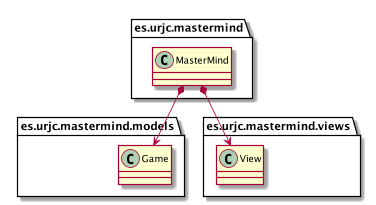
TheMercuryBeat/MasterMind keeps this PlantUML diagram as docs/images/MasterMindDesignModel-MasterMindUtils.png. Above is the earlier version. Its diagram source:
```plantuml
@startuml
package es.urjc.mastermind {
    class MasterMind
}

package es.urjc.mastermind.models {
    class Game
}

package es.urjc.mastermind.views {
    class View
}

MasterMind *--> Game
MasterMind *--> View
@enduml
```
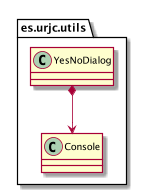
Above is the later version.

Commit message:
Fix design model image

What changed in the source:
```diff
@@ -1,16 +1,8 @@
 @startuml
-package es.urjc.mastermind {
-    class MasterMind
+package es.urjc.utils {
+    class Console
+    class YesNoDialog
 }
 
-package es.urjc.mastermind.models {
-    class Game
-}
-
-package es.urjc.mastermind.views {
-    class View
-}
-
-MasterMind *--> Game
-MasterMind *--> View
+YesNoDialog *--> Console
 @enduml
```
